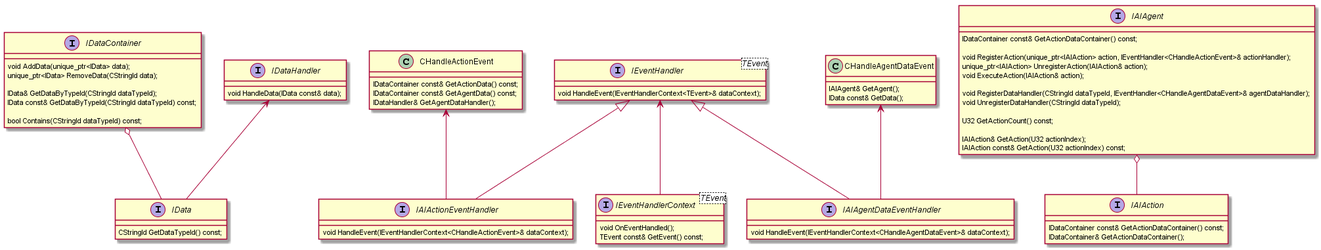
Before: Documentation/Diagrams/action-agent-data.png, a diagram exported from PlantUML (9matan/AITactics).
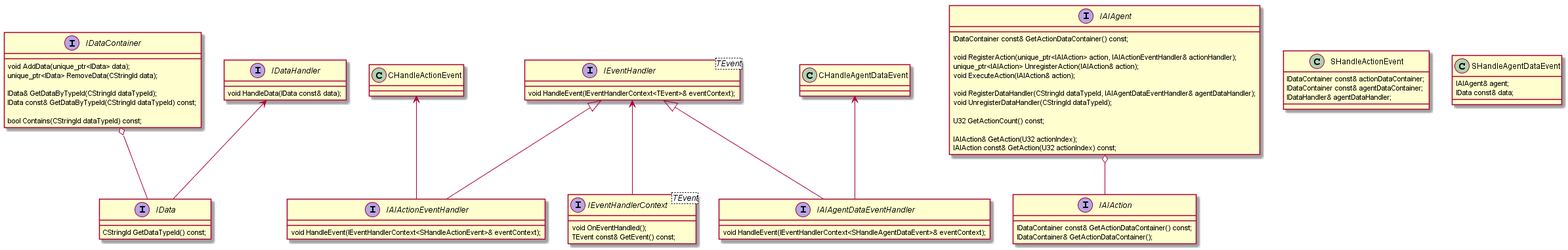
Later version of the same file.

Commit message:
Fixed typo of the action-agent-data diagram

Diff of the diagram source:
```diff
@@ -50,7 +50,7 @@
 
 Interface IEventHandler<TEvent>
 {
-	void HandleEvent(IEventHandlerContext<TEvent>& dataContext);
+	void HandleEvent(IEventHandlerContext<TEvent>& eventContext);
 }
 
 Interface IEventHandlerContext<TEvent>
@@ -59,16 +59,16 @@
 	TEvent const& GetEvent() const;
 }
 
-Class CHandleActionEvent
+Class SHandleActionEvent
 {
-	IDataContainer const& GetActionData() const;
-	IDataContainer const& GetAgentData() const;
-	IDataHandler& GetAgentDataHandler();
+	IDataContainer const& actionDataContainer;
+	IDataContainer const& agentDataContainer;
+	IDataHandler& agentDataHandler;
 }
 
 Interface IAIActionEventHandler
 {
-	void HandleEvent(IEventHandlerContext<CHandleActionEvent>& dataContext);
+	void HandleEvent(IEventHandlerContext<SHandleActionEvent>& eventContext);
 }
 
 Interface IAIAction
@@ -77,26 +77,26 @@
 	IDataContainer& GetActionDataContainer();
 }
 
-Class CHandleAgentDataEvent
+Class SHandleAgentDataEvent
 {
-	IAIAgent& GetAgent();
-	IData const& GetData();
+	IAIAgent& agent;
+	IData const& data;
 }
 
 Interface IAIAgentDataEventHandler
 {
-	void HandleEvent(IEventHandlerContext<CHandleAgentDataEvent>& dataContext);
+	void HandleEvent(IEventHandlerContext<SHandleAgentDataEvent>& eventContext);
 }
 
 Interface IAIAgent
 {
 	IDataContainer const& GetActionDataContainer() const;
 
-	void RegisterAction(unique_ptr<IAIAction> action, IEventHandler<CHandleActionEvent>& actionHandler);
+	void RegisterAction(unique_ptr<IAIAction> action, IAIActionEventHandler& actionHandler);
 	unique_ptr<IAIAction> UnregisterAction(IAIAction& action);
 	void ExecuteAction(IAIAction& action);
 
-	void RegisterDataHandler(CStringId dataTypeId, IEventHandler<CHandleAgentDataEvent>& agentDataHandler);
+	void RegisterDataHandler(CStringId dataTypeId, IAIAgentDataEventHandler& agentDataHandler);
 	void UnregisterDataHandler(CStringId dataTypeId);
 
 	U32 GetActionCount() const;
```
